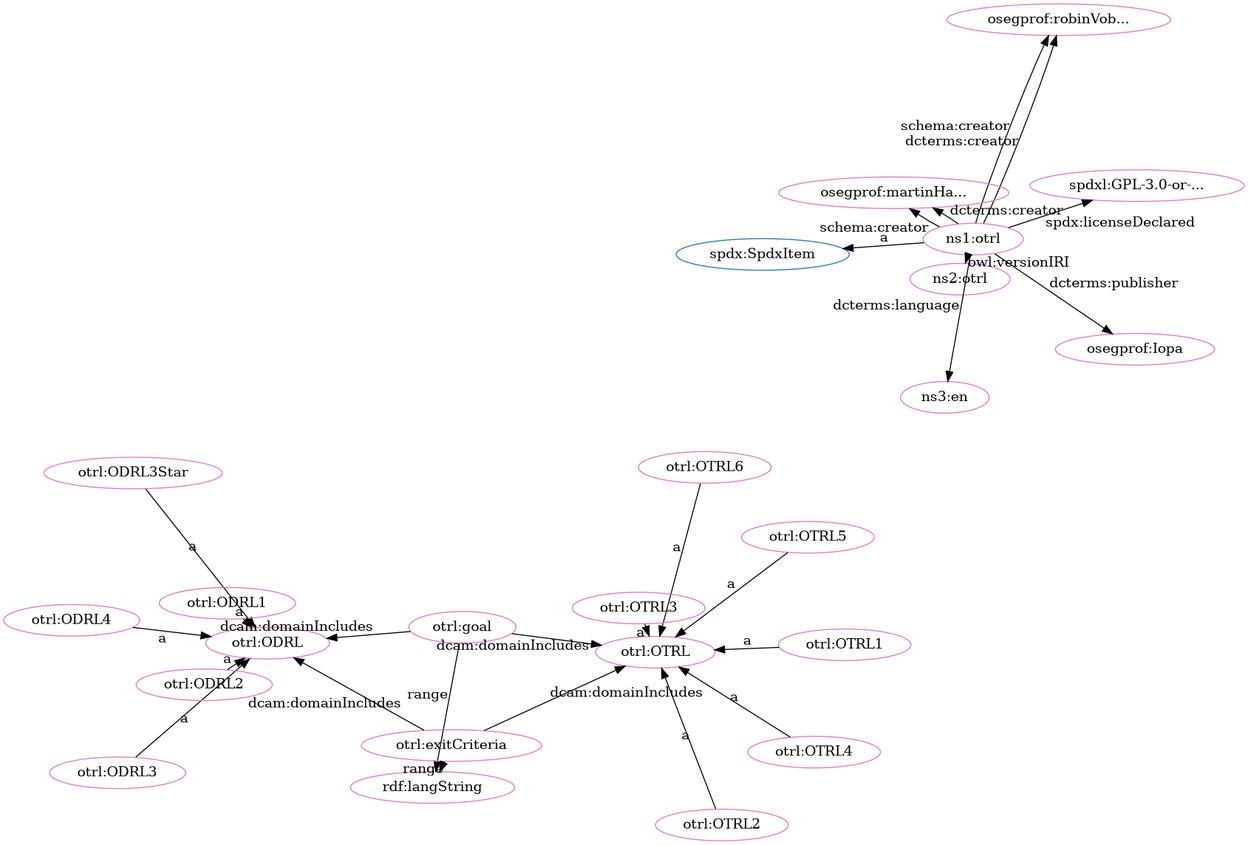
iop-alliance/OpenKnowHow keeps this Graphviz diagram as src/spec/dot_otrl-clean.png. Above is the earlier version. Its source is kept beside it as src/spec/dot_otrl-clean.dot.
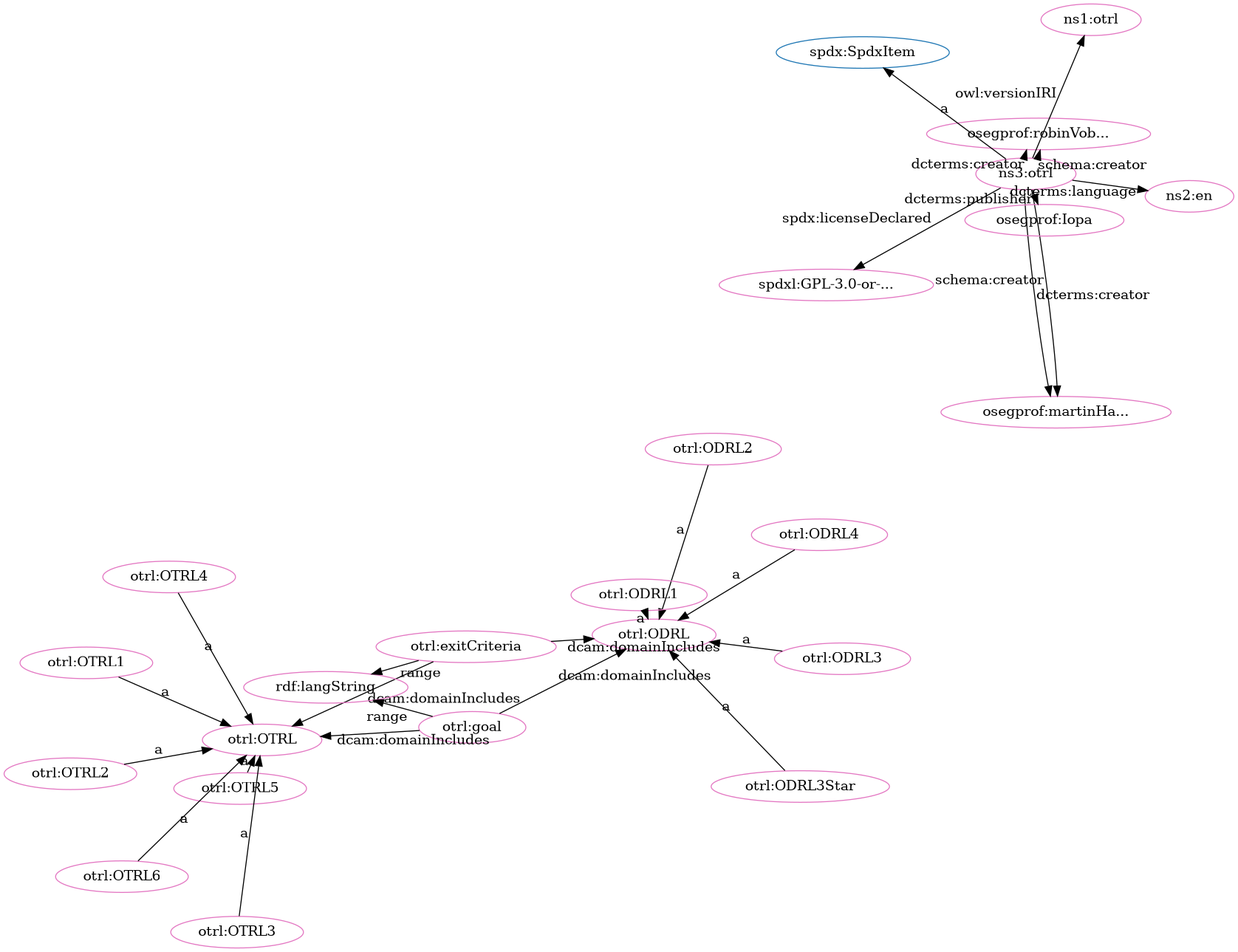
After the commit.

What changed in the source:
```diff
@@ -4,53 +4,53 @@
 "http://w3id.org/oseg/ont/otrl#OTRL" [fillcolor="#1f77b4" color="#1f77b4" label="otrl:OTRL"]
 "http://w3id.org/oseg/ont/otrl#ODRL" [fillcolor="#1f77b4" color="#1f77b4" label="otrl:ODRL"]
 "http://spdx.org/rdf/terms#SpdxItem" [fillcolor="#1f77b4" color="#1f77b4" label="spdx:SpdxItem"]
+"http://w3id.org/oseg/ont/otrl#OTRL2" [fillcolor="#e377c2" color="#e377c2" label="otrl:OTRL2"]
+"http://w3id.org/oseg/ont/otrl#ODRL" [fillcolor="#e377c2" color="#e377c2" label="otrl:ODRL"]
+"http://w3id.org/oseg/ont/otrl#exitCriteria" [fillcolor="#e377c2" color="#e377c2" label="otrl:exitCriteria"]
+"http://www.w3.org/1999/02/22-rdf-syntax-ns#langString" [fillcolor="#e377c2" color="#e377c2" label="rdf:langString"]
+"http://w3id.org/oseg/ont/oseg-profiles#robinVobruba" [fillcolor="#e377c2" color="#e377c2" label="osegprof:robinVob..."]
+"http://spdx.org/licenses/GPL-3.0-or-later" [fillcolor="#e377c2" color="#e377c2" label="spdxl:GPL-3.0-or-..."]
+"http://w3id.org/oseg/ont/otrl#ODRL2" [fillcolor="#e377c2" color="#e377c2" label="otrl:ODRL2"]
+"http://w3id.org/oseg/ont/1.1.0/otrl" [fillcolor="#e377c2" color="#e377c2" label="ns1:otrl"]
+"http://id.loc.gov/vocabulary/iso639-1/en" [fillcolor="#e377c2" color="#e377c2" label="ns2:en"]
+"http://w3id.org/oseg/ont/otrl#OTRL" [fillcolor="#e377c2" color="#e377c2" label="otrl:OTRL"]
+"http://w3id.org/oseg/ont/otrl#OTRL4" [fillcolor="#e377c2" color="#e377c2" label="otrl:OTRL4"]
+"http://w3id.org/oseg/ont/otrl" [fillcolor="#e377c2" color="#e377c2" label="ns3:otrl"]
+"http://w3id.org/oseg/ont/otrl#OTRL5" [fillcolor="#e377c2" color="#e377c2" label="otrl:OTRL5"]
+"http://w3id.org/oseg/ont/oseg-profiles#martinHaeuer" [fillcolor="#e377c2" color="#e377c2" label="osegprof:martinHa..."]
+"http://w3id.org/oseg/ont/oseg-profiles#Iopa" [fillcolor="#e377c2" color="#e377c2" label="osegprof:Iopa"]
+"http://w3id.org/oseg/ont/otrl#ODRL3Star" [fillcolor="#e377c2" color="#e377c2" label="otrl:ODRL3Star"]
+"http://w3id.org/oseg/ont/otrl#OTRL6" [fillcolor="#e377c2" color="#e377c2" label="otrl:OTRL6"]
+"http://w3id.org/oseg/ont/otrl#OTRL3" [fillcolor="#e377c2" color="#e377c2" label="otrl:OTRL3"]
+"http://w3id.org/oseg/ont/otrl#OTRL1" [fillcolor="#e377c2" color="#e377c2" label="otrl:OTRL1"]
 "http://w3id.org/oseg/ont/otrl#ODRL3" [fillcolor="#e377c2" color="#e377c2" label="otrl:ODRL3"]
-"http://w3id.org/oseg/ont/oseg-profiles#robinVobruba" [fillcolor="#e377c2" color="#e377c2" label="osegprof:robinVob..."]
-"http://w3id.org/oseg/ont/otrl#OTRL6" [fillcolor="#e377c2" color="#e377c2" label="otrl:OTRL6"]
-"http://w3id.org/oseg/ont/otrl#ODRL" [fillcolor="#e377c2" color="#e377c2" label="otrl:ODRL"]
-"http://w3id.org/oseg/ont/otrl#ODRL3Star" [fillcolor="#e377c2" color="#e377c2" label="otrl:ODRL3Star"]
-"http://w3id.org/oseg/ont/otrl" [fillcolor="#e377c2" color="#e377c2" label="ns1:otrl"]
-"http://w3id.org/oseg/ont/otrl#OTRL3" [fillcolor="#e377c2" color="#e377c2" label="otrl:OTRL3"]
 "http://w3id.org/oseg/ont/otrl#ODRL4" [fillcolor="#e377c2" color="#e377c2" label="otrl:ODRL4"]
-"http://w3id.org/oseg/ont/otrl#OTRL4" [fillcolor="#e377c2" color="#e377c2" label="otrl:OTRL4"]
-"http://w3id.org/oseg/ont/oseg-profiles#martinHaeuer" [fillcolor="#e377c2" color="#e377c2" label="osegprof:martinHa..."]
-"http://w3id.org/oseg/ont/otrl#ODRL2" [fillcolor="#e377c2" color="#e377c2" label="otrl:ODRL2"]
-"http://w3id.org/oseg/ont/oseg-profiles#Iopa" [fillcolor="#e377c2" color="#e377c2" label="osegprof:Iopa"]
-"http://w3id.org/oseg/ont/otrl#OTRL2" [fillcolor="#e377c2" color="#e377c2" label="otrl:OTRL2"]
-"http://w3id.org/oseg/ont/otrl#OTRL" [fillcolor="#e377c2" color="#e377c2" label="otrl:OTRL"]
+"http://w3id.org/oseg/ont/otrl#ODRL1" [fillcolor="#e377c2" color="#e377c2" label="otrl:ODRL1"]
 "http://w3id.org/oseg/ont/otrl#goal" [fillcolor="#e377c2" color="#e377c2" label="otrl:goal"]
-"http://www.w3.org/1999/02/22-rdf-syntax-ns#langString" [fillcolor="#e377c2" color="#e377c2" label="rdf:langString"]
-"http://spdx.org/licenses/GPL-3.0-or-later" [fillcolor="#e377c2" color="#e377c2" label="spdxl:GPL-3.0-or-..."]
-"http://w3id.org/oseg/ont/1.1.0/otrl" [fillcolor="#e377c2" color="#e377c2" label="ns2:otrl"]
-"http://w3id.org/oseg/ont/otrl#OTRL5" [fillcolor="#e377c2" color="#e377c2" label="otrl:OTRL5"]
-"http://w3id.org/oseg/ont/otrl#exitCriteria" [fillcolor="#e377c2" color="#e377c2" label="otrl:exitCriteria"]
-"http://w3id.org/oseg/ont/otrl#ODRL1" [fillcolor="#e377c2" color="#e377c2" label="otrl:ODRL1"]
-"http://id.loc.gov/vocabulary/iso639-1/en" [fillcolor="#e377c2" color="#e377c2" label="ns3:en"]
-"http://w3id.org/oseg/ont/otrl#OTRL1" [fillcolor="#e377c2" color="#e377c2" label="otrl:OTRL1"]
+  "http://w3id.org/oseg/ont/otrl#OTRL2" -> "http://w3id.org/oseg/ont/otrl#OTRL" [label="a"]
+  "http://w3id.org/oseg/ont/otrl#goal" -> "http://w3id.org/oseg/ont/otrl#ODRL" [label="dcam:domainIncludes"]
+  "http://w3id.org/oseg/ont/otrl#goal" -> "http://www.w3.org/1999/02/22-rdf-syntax-ns#langString" [label="range"]
+  "http://w3id.org/oseg/ont/otrl" -> "http://w3id.org/oseg/ont/oseg-profiles#robinVobruba" [label="dcterms:creator"]
+  "http://w3id.org/oseg/ont/otrl" -> "http://spdx.org/licenses/GPL-3.0-or-later" [label="spdx:licenseDeclared"]
+  "http://w3id.org/oseg/ont/otrl#ODRL2" -> "http://w3id.org/oseg/ont/otrl#ODRL" [label="a"]
+  "http://w3id.org/oseg/ont/otrl#OTRL4" -> "http://w3id.org/oseg/ont/otrl#OTRL" [label="a"]
+  "http://w3id.org/oseg/ont/otrl" -> "http://w3id.org/oseg/ont/oseg-profiles#martinHaeuer" [label="schema:creator"]
+  "http://w3id.org/oseg/ont/otrl" -> "http://w3id.org/oseg/ont/oseg-profiles#Iopa" [label="dcterms:publisher"]
+  "http://w3id.org/oseg/ont/otrl#ODRL3Star" -> "http://w3id.org/oseg/ont/otrl#ODRL" [label="a"]
+  "http://w3id.org/oseg/ont/otrl#OTRL6" -> "http://w3id.org/oseg/ont/otrl#OTRL" [label="a"]
+  "http://w3id.org/oseg/ont/otrl" -> "http://spdx.org/rdf/terms#SpdxItem" [label="a"]
+  "http://w3id.org/oseg/ont/otrl#ODRL1" -> "http://w3id.org/oseg/ont/otrl#ODRL" [label="a"]
+  "http://w3id.org/oseg/ont/otrl" -> "http://w3id.org/oseg/ont/1.1.0/otrl" [label="owl:versionIRI"]
+  "http://w3id.org/oseg/ont/otrl" -> "http://id.loc.gov/vocabulary/iso639-1/en" [label="dcterms:language"]
+  "http://w3id.org/oseg/ont/otrl" -> "http://w3id.org/oseg/ont/oseg-profiles#robinVobruba" [label="schema:creator"]
+  "http://w3id.org/oseg/ont/otrl#exitCriteria" -> "http://w3id.org/oseg/ont/otrl#OTRL" [label="dcam:domainIncludes"]
+  "http://w3id.org/oseg/ont/otrl#OTRL5" -> "http://w3id.org/oseg/ont/otrl#OTRL" [label="a"]
+  "http://w3id.org/oseg/ont/otrl#exitCriteria" -> "http://www.w3.org/1999/02/22-rdf-syntax-ns#langString" [label="range"]
+  "http://w3id.org/oseg/ont/otrl#exitCriteria" -> "http://w3id.org/oseg/ont/otrl#ODRL" [label="dcam:domainIncludes"]
+  "http://w3id.org/oseg/ont/otrl#OTRL3" -> "http://w3id.org/oseg/ont/otrl#OTRL" [label="a"]
+  "http://w3id.org/oseg/ont/otrl#OTRL1" -> "http://w3id.org/oseg/ont/otrl#OTRL" [label="a"]
   "http://w3id.org/oseg/ont/otrl#ODRL3" -> "http://w3id.org/oseg/ont/otrl#ODRL" [label="a"]
-  "http://w3id.org/oseg/ont/otrl" -> "http://w3id.org/oseg/ont/oseg-profiles#robinVobruba" [label="schema:creator"]
-  "http://w3id.org/oseg/ont/otrl#OTRL6" -> "http://w3id.org/oseg/ont/otrl#OTRL" [label="a"]
   "http://w3id.org/oseg/ont/otrl#ODRL4" -> "http://w3id.org/oseg/ont/otrl#ODRL" [label="a"]
-  "http://w3id.org/oseg/ont/otrl" -> "http://w3id.org/oseg/ont/oseg-profiles#martinHaeuer" [label="schema:creator"]
-  "http://w3id.org/oseg/ont/otrl#ODRL2" -> "http://w3id.org/oseg/ont/otrl#ODRL" [label="a"]
-  "http://w3id.org/oseg/ont/otrl" -> "http://w3id.org/oseg/ont/oseg-profiles#Iopa" [label="dcterms:publisher"]
-  "http://w3id.org/oseg/ont/otrl#OTRL2" -> "http://w3id.org/oseg/ont/otrl#OTRL" [label="a"]
-  "http://w3id.org/oseg/ont/otrl" -> "http://spdx.org/rdf/terms#SpdxItem" [label="a"]
+  "http://w3id.org/oseg/ont/otrl" -> "http://w3id.org/oseg/ont/oseg-profiles#martinHaeuer" [label="dcterms:creator"]
   "http://w3id.org/oseg/ont/otrl#goal" -> "http://w3id.org/oseg/ont/otrl#OTRL" [label="dcam:domainIncludes"]
-  "http://w3id.org/oseg/ont/otrl#goal" -> "http://w3id.org/oseg/ont/otrl#ODRL" [label="dcam:domainIncludes"]
-  "http://w3id.org/oseg/ont/otrl#OTRL5" -> "http://w3id.org/oseg/ont/otrl#OTRL" [label="a"]
-  "http://w3id.org/oseg/ont/otrl#exitCriteria" -> "http://w3id.org/oseg/ont/otrl#OTRL" [label="dcam:domainIncludes"]
-  "http://w3id.org/oseg/ont/otrl#ODRL1" -> "http://w3id.org/oseg/ont/otrl#ODRL" [label="a"]
-  "http://w3id.org/oseg/ont/otrl#exitCriteria" -> "http://w3id.org/oseg/ont/otrl#ODRL" [label="dcam:domainIncludes"]
-  "http://w3id.org/oseg/ont/otrl#ODRL3Star" -> "http://w3id.org/oseg/ont/otrl#ODRL" [label="a"]
-  "http://w3id.org/oseg/ont/otrl#OTRL3" -> "http://w3id.org/oseg/ont/otrl#OTRL" [label="a"]
-  "http://w3id.org/oseg/ont/otrl#OTRL4" -> "http://w3id.org/oseg/ont/otrl#OTRL" [label="a"]
-  "http://w3id.org/oseg/ont/otrl" -> "http://w3id.org/oseg/ont/oseg-profiles#robinVobruba" [label="dcterms:creator"]
-  "http://w3id.org/oseg/ont/otrl#goal" -> "http://www.w3.org/1999/02/22-rdf-syntax-ns#langString" [label="range"]
-  "http://w3id.org/oseg/ont/otrl" -> "http://w3id.org/oseg/ont/oseg-profiles#martinHaeuer" [label="dcterms:creator"]
-  "http://w3id.org/oseg/ont/otrl" -> "http://spdx.org/licenses/GPL-3.0-or-later" [label="spdx:licenseDeclared"]
-  "http://w3id.org/oseg/ont/otrl" -> "http://w3id.org/oseg/ont/1.1.0/otrl" [label="owl:versionIRI"]
-  "http://w3id.org/oseg/ont/otrl#exitCriteria" -> "http://www.w3.org/1999/02/22-rdf-syntax-ns#langString" [label="range"]
-  "http://w3id.org/oseg/ont/otrl" -> "http://id.loc.gov/vocabulary/iso639-1/en" [label="dcterms:language"]
-  "http://w3id.org/oseg/ont/otrl#OTRL1" -> "http://w3id.org/oseg/ont/otrl#OTRL" [label="a"]
 }
```
